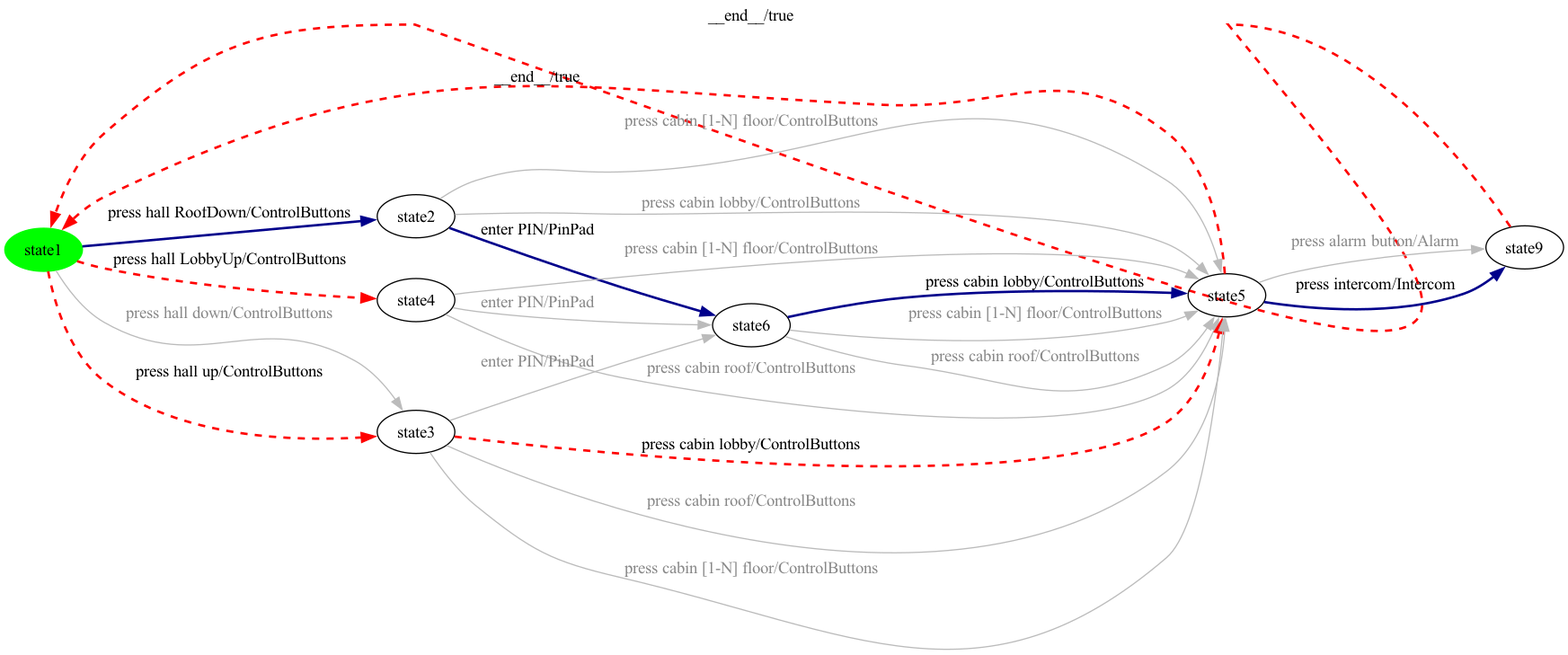
The Graphviz diagram milestone-reports/per-product-all-states/Elevator/Elevator-product36-walk.png in dilekozturk93/vibes, before a commit. Its source is kept beside it as milestone-reports/per-product-all-states/Elevator/Elevator-product36-walk.dot. The source it was exported from:
```dot
digraph G {
rankdir=LR;
state0[ label = "state1", style=filled, color=green ];
state1 [ label = "state9" ];
state2 [ label = "state6" ];
state3 [ label = "state5" ];
state4 [ label = "state2" ];
state5 [ label = "state4" ];
state6 [ label = "state3" ];
state2 -> state3 [ label=" press cabin lobby/ControlButtons ", style=bold, color=darkblue, penwidth=2 ];
state2 -> state3 [ label=" press cabin [1-N] floor/ControlButtons ", color="#bbbbbb", fontcolor="#888888" ];
state1 -> state0 [ label=" __end__/true ", style=dashed, color=red, penwidth=2 ];
state0 -> state4 [ label=" press hall RoofDown/ControlButtons ", style=bold, color=darkblue, penwidth=2 ];
state6 -> state2 [ label=" enter PIN/PinPad ", color="#bbbbbb", fontcolor="#888888" ];
state3 -> state1 [ label=" press intercom/Intercom ", style=bold, color=darkblue, penwidth=2 ];
state0 -> state6 [ label=" press hall up/ControlButtons ", style=dashed, color=red, penwidth=2 ];
state5 -> state3 [ label=" press cabin roof/ControlButtons ", color="#bbbbbb", fontcolor="#888888" ];
state4 -> state3 [ label=" press cabin [1-N] floor/ControlButtons ", color="#bbbbbb", fontcolor="#888888" ];
state3 -> state1 [ label=" press alarm button/Alarm ", color="#bbbbbb", fontcolor="#888888" ];
state5 -> state3 [ label=" press cabin [1-N] floor/ControlButtons ", color="#bbbbbb", fontcolor="#888888" ];
state2 -> state3 [ label=" press cabin roof/ControlButtons ", color="#bbbbbb", fontcolor="#888888" ];
state6 -> state3 [ label=" press cabin lobby/ControlButtons ", style=dashed, color=red, penwidth=2 ];
state4 -> state2 [ label=" enter PIN/PinPad ", style=bold, color=darkblue, penwidth=2 ];
state5 -> state2 [ label=" enter PIN/PinPad ", color="#bbbbbb", fontcolor="#888888" ];
state6 -> state3 [ label=" press cabin roof/ControlButtons ", color="#bbbbbb", fontcolor="#888888" ];
state0 -> state6 [ label=" press hall down/ControlButtons ", color="#bbbbbb", fontcolor="#888888" ];
state4 -> state3 [ label=" press cabin lobby/ControlButtons ", color="#bbbbbb", fontcolor="#888888" ];
state0 -> state5 [ label=" press hall LobbyUp/ControlButtons ", style=dashed, color=red, penwidth=2 ];
state6 -> state3 [ label=" press cabin [1-N] floor/ControlButtons ", color="#bbbbbb", fontcolor="#888888" ];
state3 -> state0 [ label=" __end__/true ", style=dashed, color=red, penwidth=2 ];
}
```
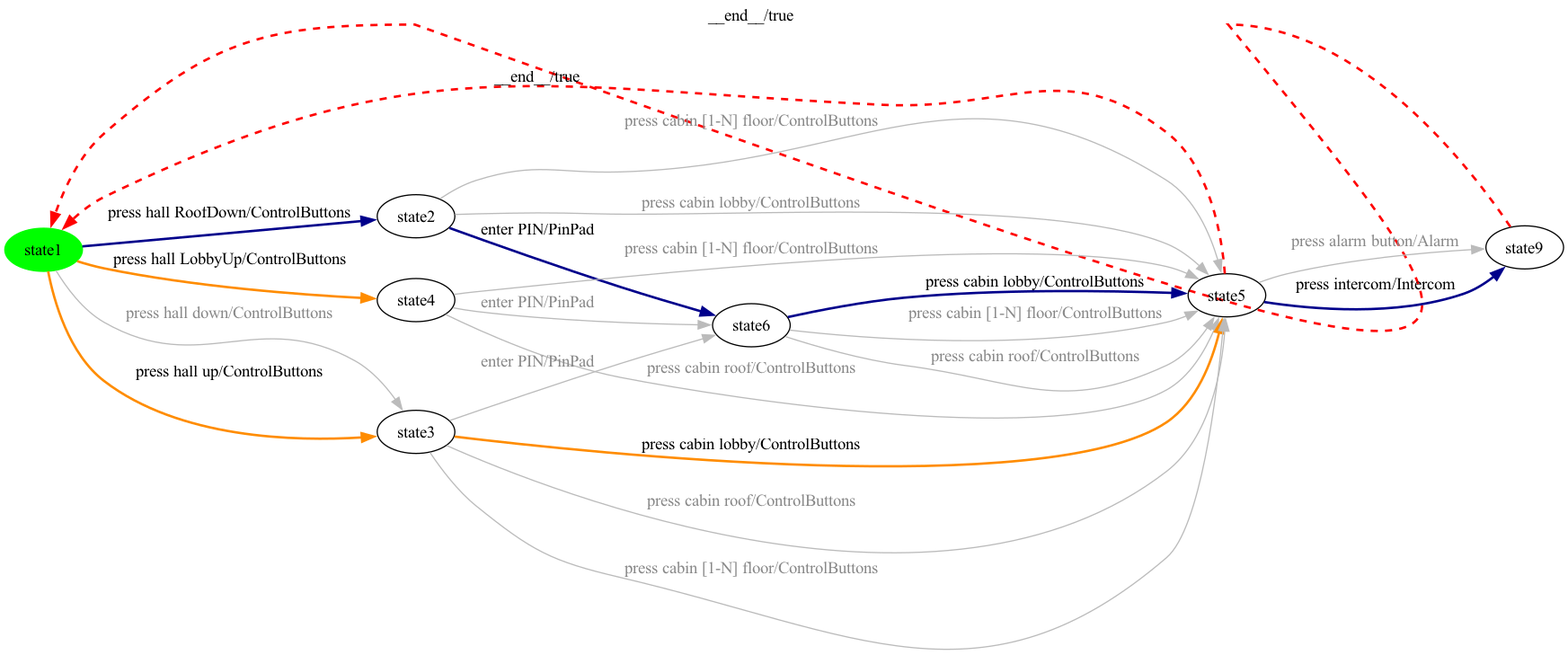
After the change.

Change to the diagram source:
```diff
@@ -13,19 +13,19 @@
 state0 -> state4 [ label=" press hall RoofDown/ControlButtons ", style=bold, color=darkblue, penwidth=2 ];
 state6 -> state2 [ label=" enter PIN/PinPad ", color="#bbbbbb", fontcolor="#888888" ];
 state3 -> state1 [ label=" press intercom/Intercom ", style=bold, color=darkblue, penwidth=2 ];
-state0 -> state6 [ label=" press hall up/ControlButtons ", style=dashed, color=red, penwidth=2 ];
+state0 -> state6 [ label=" press hall up/ControlButtons ", style=bold, color=darkorange, penwidth=2 ];
 state5 -> state3 [ label=" press cabin roof/ControlButtons ", color="#bbbbbb", fontcolor="#888888" ];
 state4 -> state3 [ label=" press cabin [1-N] floor/ControlButtons ", color="#bbbbbb", fontcolor="#888888" ];
 state3 -> state1 [ label=" press alarm button/Alarm ", color="#bbbbbb", fontcolor="#888888" ];
 state5 -> state3 [ label=" press cabin [1-N] floor/ControlButtons ", color="#bbbbbb", fontcolor="#888888" ];
 state2 -> state3 [ label=" press cabin roof/ControlButtons ", color="#bbbbbb", fontcolor="#888888" ];
-state6 -> state3 [ label=" press cabin lobby/ControlButtons ", style=dashed, color=red, penwidth=2 ];
+state6 -> state3 [ label=" press cabin lobby/ControlButtons ", style=bold, color=darkorange, penwidth=2 ];
 state4 -> state2 [ label=" enter PIN/PinPad ", style=bold, color=darkblue, penwidth=2 ];
 state5 -> state2 [ label=" enter PIN/PinPad ", color="#bbbbbb", fontcolor="#888888" ];
 state6 -> state3 [ label=" press cabin roof/ControlButtons ", color="#bbbbbb", fontcolor="#888888" ];
 state0 -> state6 [ label=" press hall down/ControlButtons ", color="#bbbbbb", fontcolor="#888888" ];
 state4 -> state3 [ label=" press cabin lobby/ControlButtons ", color="#bbbbbb", fontcolor="#888888" ];
-state0 -> state5 [ label=" press hall LobbyUp/ControlButtons ", style=dashed, color=red, penwidth=2 ];
+state0 -> state5 [ label=" press hall LobbyUp/ControlButtons ", style=bold, color=darkorange, penwidth=2 ];
 state6 -> state3 [ label=" press cabin [1-N] floor/ControlButtons ", color="#bbbbbb", fontcolor="#888888" ];
 state3 -> state0 [ label=" __end__/true ", style=dashed, color=red, penwidth=2 ];
 }
```
